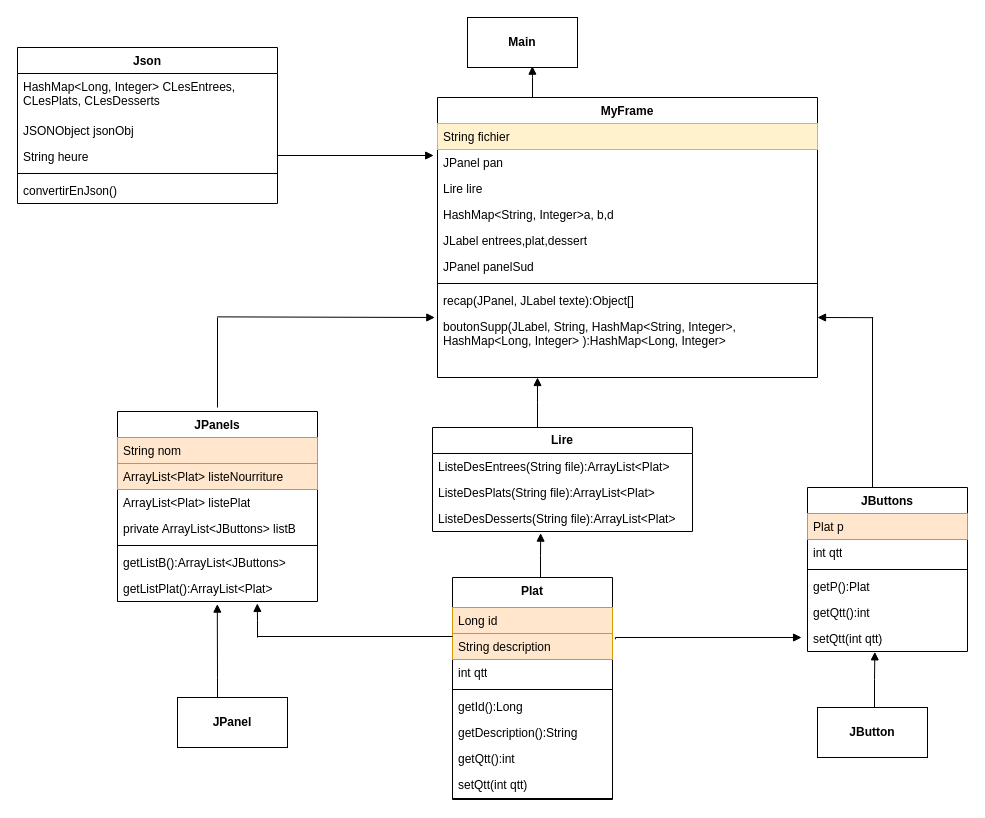
Theresemariej/Salle keeps this draw.io diagram as src/Diagramme sans nom.drawio. Above is the earlier version. Source tidied: cells renumbered, new cells numbered last; positions are measured from the earlier drawing's top-left corner, leaving out a move shared by most shapes. Both pictures are drawn from the tidied source at 100%, with x=0, y=0 at pixel (17, 17).
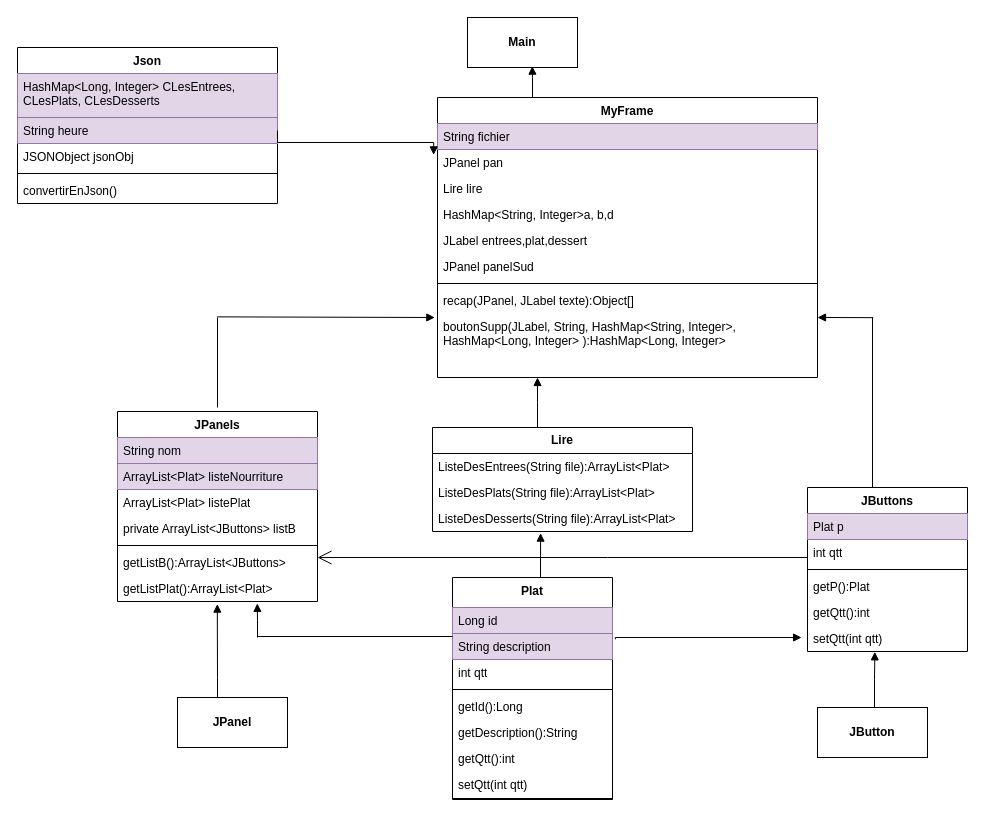
After the change.

Commit message:
Mettre à jour Diagramme sans nom.drawio

Unchanged cells that the change refers to:
```xml
<mxCell id="2" value="MyFrame" style="swimlane;fontStyle=1;align=center;verticalAlign=top;horizontal=1;startSize=26;whiteSpace=wrap;html=1;" parent="1" vertex="1">
  <mxGeometry x="420" y="80" width="380" height="280" as="geometry" />
</mxCell>
<mxCell id="13" value="Plat" style="swimlane;fontStyle=1;align=center;verticalAlign=top;horizontal=1;startSize=30;whiteSpace=wrap;html=1;" parent="1" vertex="1">
  <mxGeometry x="435" y="560" width="160" height="222" as="geometry" />
</mxCell>
<mxCell id="23" value="JPanels" style="swimlane;fontStyle=1;align=center;verticalAlign=top;horizontal=1;startSize=26;whiteSpace=wrap;html=1;" parent="1" vertex="1">
  <mxGeometry x="100" y="394" width="200" height="190" as="geometry" />
</mxCell>
<mxCell id="31" value="JButtons" style="swimlane;fontStyle=1;align=center;verticalAlign=top;horizontal=1;startSize=26;whiteSpace=wrap;html=1;" parent="1" vertex="1">
  <mxGeometry x="790" y="470" width="160" height="164" as="geometry" />
</mxCell>
<mxCell id="45" value="Json" style="swimlane;fontStyle=1;align=center;verticalAlign=top;horizontal=1;startSize=26;whiteSpace=wrap;html=1;" parent="1" vertex="1">
  <mxGeometry y="30" width="260" height="156" as="geometry" />
</mxCell>
```

The edit, as a diff of the source:
```diff
@@
-    <mxCell id="3" value="String fichier" style="text;strokeColor=#d6b656;fillColor=#fff2cc;align=left;verticalAlign=top;spacingLeft=4;spacingRight=4;overflow=hidden;whiteSpace=wrap;html=1;" parent="2" vertex="1">
+    <mxCell id="3" value="String fichier" style="text;strokeColor=#9673a6;fillColor=#e1d5e7;align=left;verticalAlign=top;spacingLeft=4;spacingRight=4;overflow=hidden;whiteSpace=wrap;html=1;" parent="2" vertex="1">
       <mxGeometry y="26" width="380" height="26" as="geometry" />
     </mxCell>
@@
-    <mxCell id="14" value="Long id" style="text;strokeColor=#d79b00;fillColor=#ffe6cc;align=left;verticalAlign=top;spacingLeft=4;spacingRight=4;overflow=hidden;points=[[0,0.5],[1,0.5]];portConstraint=eastwest;whiteSpace=wrap;html=1;" parent="13" vertex="1">
+    <mxCell id="14" value="Long id" style="text;strokeColor=#9673a6;fillColor=#e1d5e7;align=left;verticalAlign=top;spacingLeft=4;spacingRight=4;overflow=hidden;points=[[0,0.5],[1,0.5]];portConstraint=eastwest;whiteSpace=wrap;html=1;" parent="13" vertex="1">
       <mxGeometry y="30" width="160" height="26" as="geometry" />
     </mxCell>
-    <mxCell id="15" value="String description" style="text;strokeColor=#d79b00;fillColor=#ffe6cc;align=left;verticalAlign=top;spacingLeft=4;spacingRight=4;overflow=hidden;whiteSpace=wrap;html=1;" parent="13" vertex="1">
+    <mxCell id="15" value="String description" style="text;strokeColor=#9673a6;fillColor=#e1d5e7;align=left;verticalAlign=top;spacingLeft=4;spacingRight=4;overflow=hidden;whiteSpace=wrap;html=1;" parent="13" vertex="1">
       <mxGeometry y="56" width="160" height="26" as="geometry" />
     </mxCell>
@@
-    <mxCell id="24" value="String nom" style="text;strokeColor=#d79b00;fillColor=#ffe6cc;align=left;verticalAlign=top;spacingLeft=4;spacingRight=4;overflow=hidden;whiteSpace=wrap;html=1;" parent="23" vertex="1">
+    <mxCell id="24" value="String nom" style="text;strokeColor=#9673a6;fillColor=#e1d5e7;align=left;verticalAlign=top;spacingLeft=4;spacingRight=4;overflow=hidden;whiteSpace=wrap;html=1;" parent="23" vertex="1">
       <mxGeometry y="26" width="200" height="26" as="geometry" />
     </mxCell>
-    <mxCell id="25" value="ArrayList&amp;lt;Plat&amp;gt; listeNourriture" style="text;strokeColor=#d79b00;fillColor=#ffe6cc;align=left;verticalAlign=top;spacingLeft=4;spacingRight=4;overflow=hidden;whiteSpace=wrap;html=1;" parent="23" vertex="1">
+    <mxCell id="25" value="ArrayList&amp;lt;Plat&amp;gt; listeNourriture" style="text;strokeColor=#9673a6;fillColor=#e1d5e7;align=left;verticalAlign=top;spacingLeft=4;spacingRight=4;overflow=hidden;whiteSpace=wrap;html=1;" parent="23" vertex="1">
       <mxGeometry y="52" width="200" height="26" as="geometry" />
     </mxCell>
@@
-    <mxCell id="32" value="Plat p" style="text;strokeColor=#d79b00;fillColor=#ffe6cc;align=left;verticalAlign=top;spacingLeft=4;spacingRight=4;overflow=hidden;whiteSpace=wrap;html=1;" parent="31" vertex="1">
+    <mxCell id="32" value="Plat p" style="text;strokeColor=#9673a6;fillColor=#e1d5e7;align=left;verticalAlign=top;spacingLeft=4;spacingRight=4;overflow=hidden;whiteSpace=wrap;html=1;" parent="31" vertex="1">
       <mxGeometry y="26" width="160" height="26" as="geometry" />
     </mxCell>
@@
-    <mxCell id="46" value="HashMap&amp;lt;Long, Integer&amp;gt; CLesEntrees, CLesPlats, CLesDesserts" style="text;strokeColor=none;fillColor=none;align=left;verticalAlign=top;spacingLeft=4;spacingRight=4;overflow=hidden;whiteSpace=wrap;html=1;" parent="45" vertex="1">
+    <mxCell id="46" value="HashMap&amp;lt;Long, Integer&amp;gt; CLesEntrees, CLesPlats, CLesDesserts" style="text;strokeColor=#9673a6;fillColor=#e1d5e7;align=left;verticalAlign=top;spacingLeft=4;spacingRight=4;overflow=hidden;whiteSpace=wrap;html=1;" parent="45" vertex="1">
       <mxGeometry y="26" width="260" height="44" as="geometry" />
     </mxCell>
+    <mxCell id="48" value="String heure" style="text;strokeColor=#9673a6;fillColor=#e1d5e7;align=left;verticalAlign=top;spacingLeft=4;spacingRight=4;overflow=hidden;points=[[0,0.5],[1,0.5]];portConstraint=eastwest;whiteSpace=wrap;html=1;" parent="45" vertex="1">
+      <mxGeometry y="70" width="260" height="26" as="geometry" />
+    </mxCell>
     <mxCell id="47" value="JSONObject jsonObj" style="text;strokeColor=none;fillColor=none;align=left;verticalAlign=top;spacingLeft=4;spacingRight=4;overflow=hidden;whiteSpace=wrap;html=1;" parent="45" vertex="1">
-      <mxGeometry y="70" width="260" height="26" as="geometry" />
+      <mxGeometry y="96" width="260" height="26" as="geometry" />
     </mxCell>
-    <mxCell id="48" value="String heure" style="text;strokeColor=none;fillColor=none;align=left;verticalAlign=top;spacingLeft=4;spacingRight=4;overflow=hidden;points=[[0,0.5],[1,0.5]];portConstraint=eastwest;whiteSpace=wrap;html=1;" parent="45" vertex="1">
-      <mxGeometry y="96" width="260" height="26" as="geometry" />
-    </mxCell>
@@
+    <mxCell id="64" style="endArrow=open;endFill=1;endSize=12;html=1;rounded=0;" parent="1" edge="1">
+      <mxGeometry relative="1" as="geometry">
+        <mxPoint x="790" y="540" as="sourcePoint" />
+        <mxPoint x="300" y="540" as="targetPoint" />
+        <Array as="points">
+          <mxPoint x="590" y="540" />
+        </Array>
+      </mxGeometry>
+    </mxCell>
```
